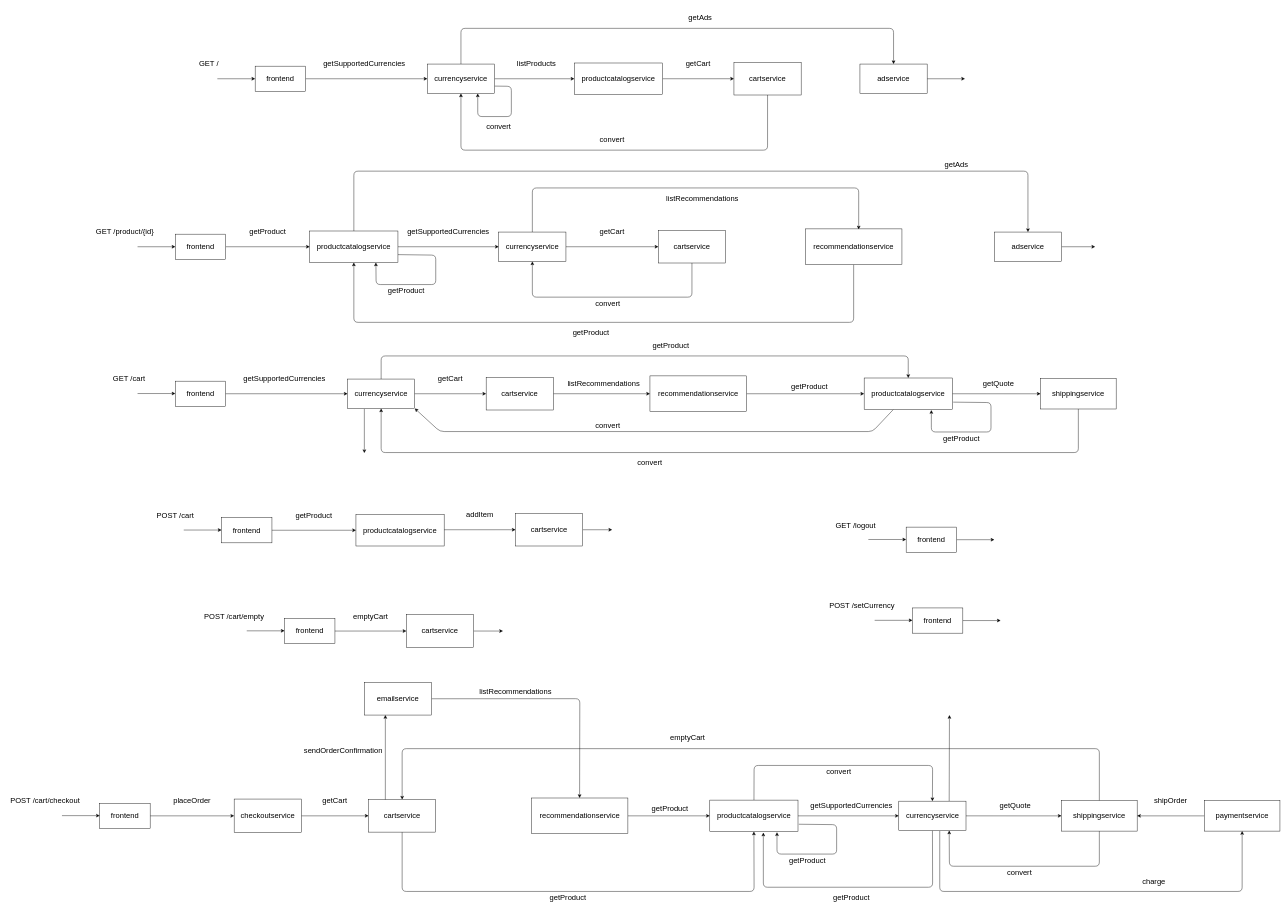
This is diagrams/QNs.drawio from merie-san/Queueing-network-modeling-of-Online-Boutique, a draw.io file, before an edit. Source tidied: cells renumbered, new cells numbered last; positions are measured from the earlier drawing's top-left corner, leaving out a move shared by most shapes. Both pictures are drawn from the tidied source at 42%, with x=0, y=0 at pixel (7, 7).
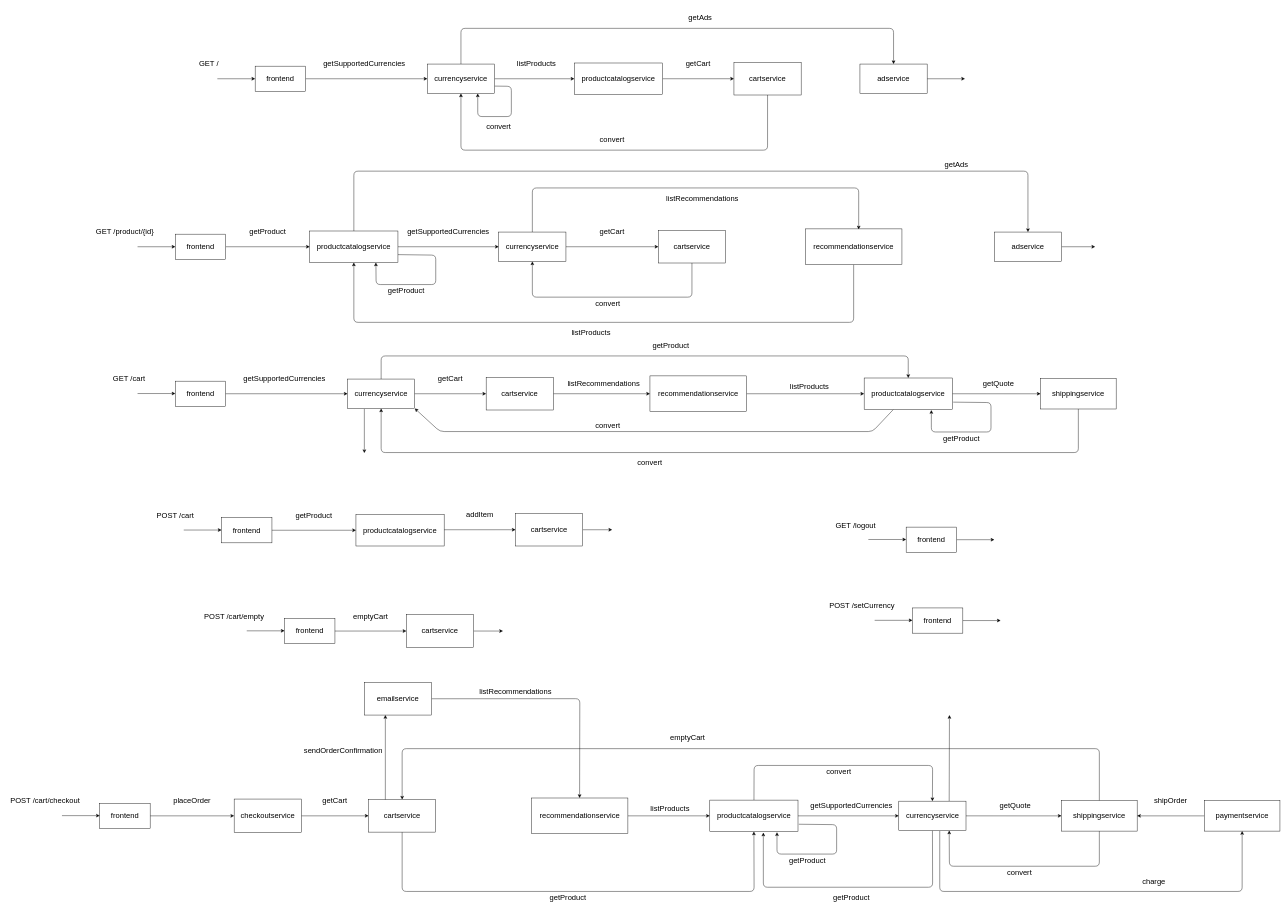
Above is the later version.

The edit, as a diff of the source:
```diff
@@
-    <mxCell id="38" value="&lt;span style=&quot;font-size: 18px;&quot;&gt;getProduct&lt;/span&gt;" style="text;html=1;align=center;verticalAlign=middle;whiteSpace=wrap;rounded=0;" parent="1" vertex="1">
+    <mxCell id="38" value="&lt;span style=&quot;font-size: 18px;&quot;&gt;listProducts&lt;/span&gt;" style="text;html=1;align=center;verticalAlign=middle;whiteSpace=wrap;rounded=0;" parent="1" vertex="1">
       <mxGeometry x="1320" y="750" width="140" height="50" as="geometry" />
     </mxCell>
@@
-    <mxCell id="58" value="&lt;span style=&quot;font-size: 18px;&quot;&gt;getProduct&lt;/span&gt;" style="text;html=1;align=center;verticalAlign=middle;whiteSpace=wrap;rounded=0;" parent="1" vertex="1">
+    <mxCell id="58" value="&lt;span style=&quot;font-size: 18px;&quot;&gt;listProducts&lt;/span&gt;" style="text;html=1;align=center;verticalAlign=middle;whiteSpace=wrap;rounded=0;" parent="1" vertex="1">
       <mxGeometry x="1840" y="877.5" width="140" height="50" as="geometry" />
     </mxCell>
@@
-    <mxCell id="107" value="&lt;span style=&quot;font-size: 18px;&quot;&gt;getProduct&lt;/span&gt;" style="text;html=1;align=center;verticalAlign=middle;whiteSpace=wrap;rounded=0;" parent="1" vertex="1">
+    <mxCell id="107" value="&lt;span style=&quot;font-size: 18px;&quot;&gt;listProducts&lt;/span&gt;" style="text;html=1;align=center;verticalAlign=middle;whiteSpace=wrap;rounded=0;" parent="1" vertex="1">
       <mxGeometry x="1507.5" y="1882.5" width="140" height="50" as="geometry" />
     </mxCell>
```
